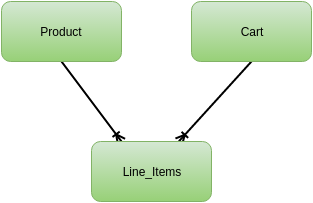
Before: PartII/5.Task D: Cart Creation/sceenshot/ERD.png, a diagram exported from draw.io (softnshare/agilewebror5). Source tidied: cells renumbered, new cells last; positions are measured from the earlier drawing's top-left corner, leaving out a move shared by most shapes. Source of this version:
```xml
<mxGraphModel background="#ffffff">
  <root>
    <mxCell id="0" />
    <mxCell id="1" parent="0" />
    <mxCell id="2" style="rounded=0;html=1;exitX=0.5;exitY=1;entryX=0.25;entryY=0;jettySize=auto;startArrow=none;startFill=0;endArrow=ERoneToMany;endFill=0;strokeWidth=2;" parent="1" edge="1" source="3" target="6">
      <mxGeometry relative="1" as="geometry" />
    </mxCell>
    <mxCell id="3" value="Product" style="rounded=1;whiteSpace=wrap;html=1;plain-green;" parent="1" vertex="1">
      <mxGeometry width="120" height="60" as="geometry" />
    </mxCell>
    <mxCell id="4" style="edgeStyle=none;rounded=0;html=1;exitX=0.5;exitY=1;startArrow=none;startFill=0;endArrow=ERoneToMany;endFill=0;jettySize=auto;strokeWidth=2;" parent="1" edge="1" source="5" target="6">
      <mxGeometry relative="1" as="geometry" />
    </mxCell>
    <mxCell id="5" value="Cart" style="rounded=1;whiteSpace=wrap;html=1;plain-green;" parent="1" vertex="1">
      <mxGeometry x="190" width="120" height="60" as="geometry" />
    </mxCell>
    <mxCell id="6" value="Line_Items" style="rounded=1;whiteSpace=wrap;html=1;plain-green;" parent="1" vertex="1">
      <mxGeometry x="90" y="140" width="120" height="60" as="geometry" />
    </mxCell>
  </root>
</mxGraphModel>
```
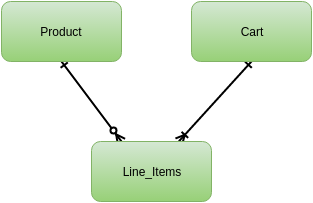
The same diagram one commit later.

Change to the diagram source:
```diff
@@ -2,13 +2,13 @@
   <root>
     <mxCell id="0" />
     <mxCell id="1" parent="0" />
-    <mxCell id="2" style="rounded=0;html=1;exitX=0.5;exitY=1;entryX=0.25;entryY=0;jettySize=auto;startArrow=none;startFill=0;endArrow=ERoneToMany;endFill=0;strokeWidth=2;" parent="1" edge="1" source="3" target="6">
+    <mxCell id="2" style="rounded=0;html=1;exitX=0.5;exitY=1;entryX=0.25;entryY=0;jettySize=auto;startArrow=ERone;startFill=0;endArrow=ERzeroToMany;endFill=1;strokeWidth=2;" parent="1" edge="1" source="3" target="6">
       <mxGeometry relative="1" as="geometry" />
     </mxCell>
     <mxCell id="3" value="Product" style="rounded=1;whiteSpace=wrap;html=1;plain-green;" parent="1" vertex="1">
       <mxGeometry width="120" height="60" as="geometry" />
     </mxCell>
-    <mxCell id="4" style="edgeStyle=none;rounded=0;html=1;exitX=0.5;exitY=1;startArrow=none;startFill=0;endArrow=ERoneToMany;endFill=0;jettySize=auto;strokeWidth=2;" parent="1" edge="1" source="5" target="6">
+    <mxCell id="4" style="edgeStyle=none;rounded=0;html=1;exitX=0.5;exitY=1;startArrow=ERone;startFill=0;endArrow=ERoneToMany;endFill=0;jettySize=auto;strokeWidth=2;" parent="1" edge="1" source="5" target="6">
       <mxGeometry relative="1" as="geometry" />
     </mxCell>
     <mxCell id="5" value="Cart" style="rounded=1;whiteSpace=wrap;html=1;plain-green;" parent="1" vertex="1">
```
